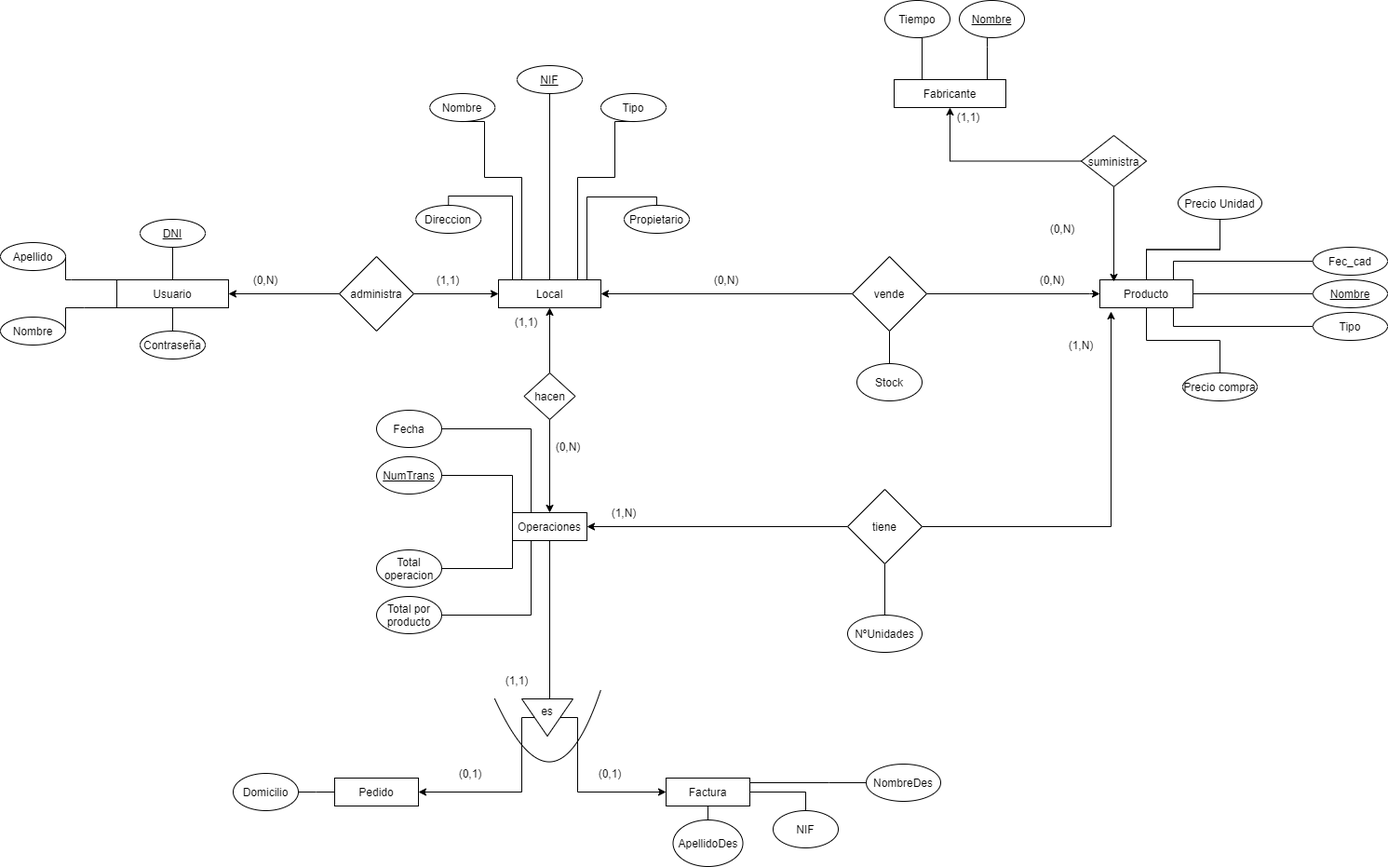
The draw.io diagram Entidad-Relacion 0.1.png in oier-elorrieta/R3-JOEL-MIKEL-UNAI-DDBB, before a commit. Source tidied: cells renumbered, new cells last; positions are measured from the earlier drawing's top-left corner, leaving out a move shared by most shapes.
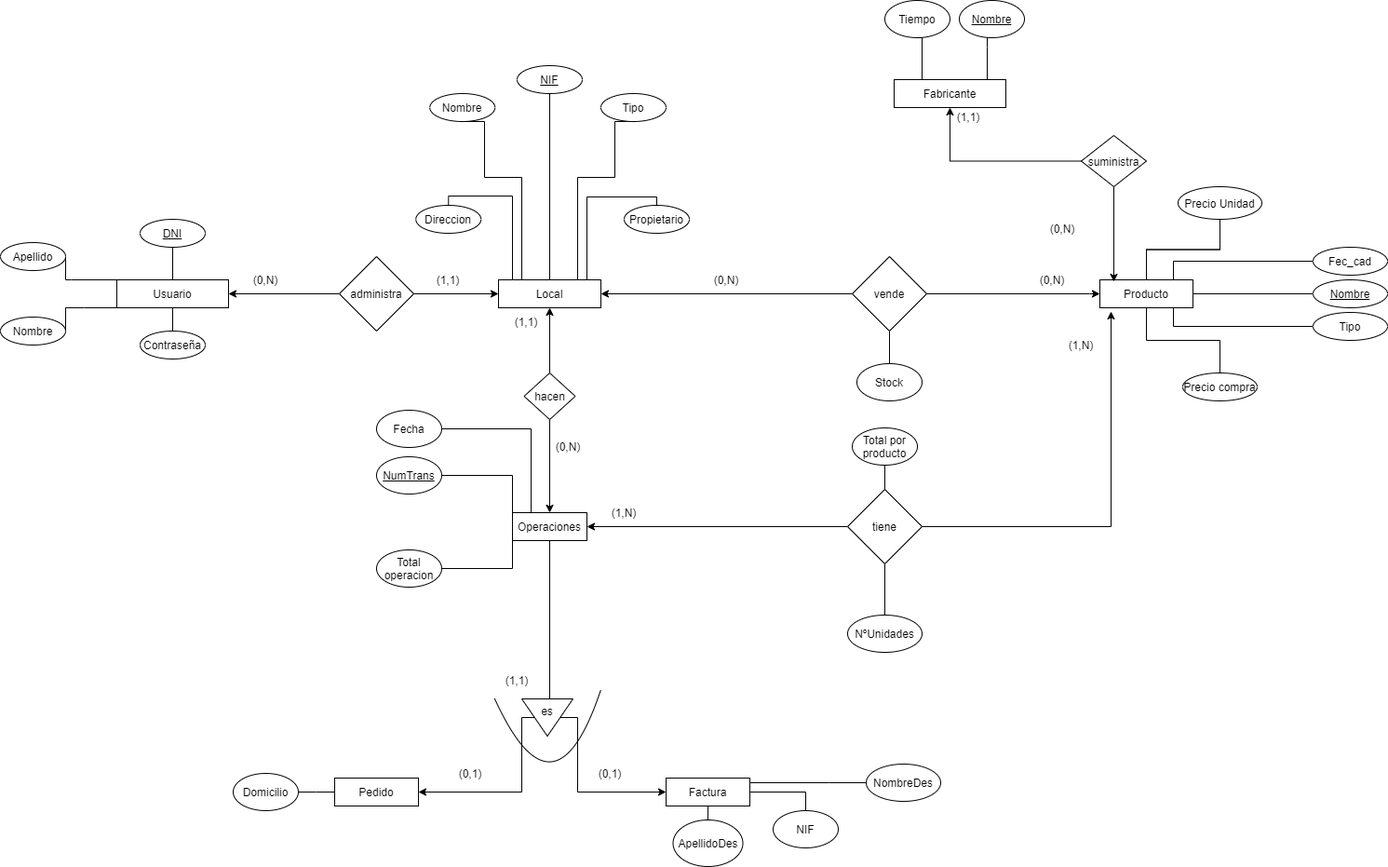
Above is the later version.

The edit, as a diff of the source:
```diff
@@ -232,11 +232,8 @@
     <mxCell id="58" value="Total operacion" style="ellipse;whiteSpace=wrap;html=1;" parent="1" vertex="1">
       <mxGeometry x="404" y="590" width="70" height="40" as="geometry" />
     </mxCell>
-    <mxCell id="59" style="edgeStyle=orthogonalEdgeStyle;rounded=0;jettySize=auto;html=1;exitX=1;exitY=0.5;exitDx=0;exitDy=0;startArrow=none;startFill=0;endArrow=none;endFill=0;entryX=0.25;entryY=1;entryDx=0;entryDy=0;" parent="1" edge="1" source="60" target="53">
-      <mxGeometry relative="1" as="geometry" />
-    </mxCell>
     <mxCell id="60" value="Total por producto" style="ellipse;whiteSpace=wrap;html=1;" parent="1" vertex="1">
-      <mxGeometry x="404" y="640" width="70" height="40" as="geometry" />
+      <mxGeometry x="915" y="459" width="70" height="40" as="geometry" />
     </mxCell>
     <mxCell id="61" style="edgeStyle=orthogonalEdgeStyle;rounded=0;jettySize=auto;html=1;exitX=0.5;exitY=1;exitDx=0;exitDy=0;entryX=1;entryY=0.5;entryDx=0;entryDy=0;" parent="1" edge="1" source="63" target="69">
       <mxGeometry relative="1" as="geometry">
@@ -370,5 +367,10 @@
     <mxCell id="96" value="NºUnidades" style="ellipse;whiteSpace=wrap;html=1;" parent="1" vertex="1">
       <mxGeometry x="910" y="660" width="80" height="40" as="geometry" />
     </mxCell>
+    <mxCell id="97" style="endArrow=none;html=1;exitX=0.5;exitY=0;exitDx=0;exitDy=0;entryX=0.5;entryY=1;entryDx=0;entryDy=0;" parent="1" edge="1" source="93">
+      <mxGeometry relative="1" as="geometry">
+        <mxPoint x="950" y="499" as="targetPoint" />
+      </mxGeometry>
+    </mxCell>
   </root>
 </mxGraphModel>
```
